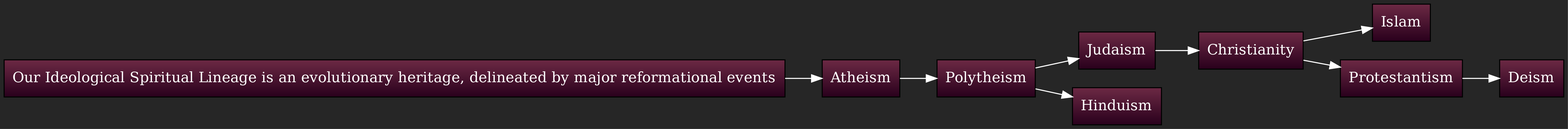
Above: graphs/Our_Ideological_Spiritual_Lineage_is_an_evolutionary_heritage,_delineated_by_major_reformational_events.png in julianfl0w/Deism (Graphviz), before the change. Its source is kept beside it as graphs/Our_Ideological_Spiritual_Lineage_is_an_evolutionary_heritage,_delineated_by_major_reformational_events.dot.
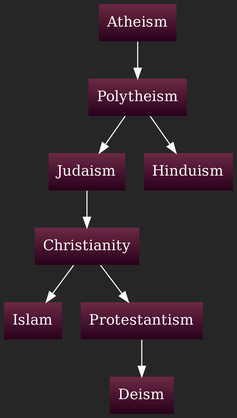
After the change.

The edit, as a diff of the source:
```diff
@@ -1,26 +1,24 @@
 digraph D {
-rankdir = LR
+rankdir = TB
 style = filled
 fontcolor = white
 color = white
 bgcolor = "#262626"
 gradientangle = 0
 dpi = 300
-"cluster_80" [rankdir=LR, shape=box, color=black, fontcolor=white, fillcolor="#6C2944:#29001C", style=filled, gradientangle=270.05, label="Our Ideological Spiritual Lineage is an evolutionary heritage, delineated by major reformational events"]
-"cluster_81" [rankdir=LR, shape=box, color=black, fontcolor=white, fillcolor="#6C2944:#29001C", style=filled, gradientangle=270.05, label="Atheism"]
-"cluster_82" [rankdir=LR, shape=box, color=black, fontcolor=white, fillcolor="#6C2944:#29001C", style=filled, gradientangle=270.05, label="Polytheism"]
-"cluster_83" [rankdir=LR, shape=box, color=black, fontcolor=white, fillcolor="#6C2944:#29001C", style=filled, gradientangle=270.05, label="Judaism"]
-"cluster_84" [rankdir=LR, shape=box, color=black, fontcolor=white, fillcolor="#6C2944:#29001C", style=filled, gradientangle=270.05, label="Christianity"]
-"cluster_85" [rankdir=LR, shape=box, color=black, fontcolor=white, fillcolor="#6C2944:#29001C", style=filled, gradientangle=270.05, label="Islam"]
-"cluster_84" -> "cluster_85" [color=white, penwidth=1, ltail="cluster_84", lhead="cluster_85"]
-"cluster_86" [rankdir=LR, shape=box, color=black, fontcolor=white, fillcolor="#6C2944:#29001C", style=filled, gradientangle=270.05, label="Protestantism"]
-"cluster_87" [rankdir=LR, shape=box, color=black, fontcolor=white, fillcolor="#6C2944:#29001C", style=filled, gradientangle=270.05, label="Deism"]
-"cluster_86" -> "cluster_87" [color=white, penwidth=1, ltail="cluster_86", lhead="cluster_87"]
-"cluster_84" -> "cluster_86" [color=white, penwidth=1, ltail="cluster_86", lhead="cluster_87"]
-"cluster_83" -> "cluster_84" [color=white, penwidth=1, ltail="cluster_86", lhead="cluster_87"]
-"cluster_82" -> "cluster_83" [color=white, penwidth=1, ltail="cluster_86", lhead="cluster_87"]
-"cluster_88" [rankdir=LR, shape=box, color=black, fontcolor=white, fillcolor="#6C2944:#29001C", style=filled, gradientangle=270.05, label="Hinduism"]
-"cluster_82" -> "cluster_88" [color=white, penwidth=1, ltail="cluster_82", lhead="cluster_88"]
-"cluster_81" -> "cluster_82" [color=white, penwidth=1, ltail="cluster_82", lhead="cluster_88"]
-"cluster_80" -> "cluster_81" [color=white, penwidth=1, ltail="cluster_82", lhead="cluster_88"]
+"cluster_75" [rankdir=TB, shape=box, penwidth=0, color=black, fontcolor=white, fillcolor="#6C2944:#29001C", style=filled, gradientangle=270.05, label="Atheism"]
+"cluster_76" [rankdir=TB, shape=box, penwidth=0, color=black, fontcolor=white, fillcolor="#6C2944:#29001C", style=filled, gradientangle=270.05, label="Polytheism"]
+"cluster_77" [rankdir=TB, shape=box, penwidth=0, color=black, fontcolor=white, fillcolor="#6C2944:#29001C", style=filled, gradientangle=270.05, label="Judaism"]
+"cluster_78" [rankdir=TB, shape=box, penwidth=0, color=black, fontcolor=white, fillcolor="#6C2944:#29001C", style=filled, gradientangle=270.05, label="Christianity"]
+"cluster_79" [rankdir=TB, shape=box, penwidth=0, color=black, fontcolor=white, fillcolor="#6C2944:#29001C", style=filled, gradientangle=270.05, label="Islam"]
+"cluster_78" -> "cluster_79" [color=white, penwidth=1, ltail="cluster_78", lhead="cluster_79"]
+"cluster_80" [rankdir=TB, shape=box, penwidth=0, color=black, fontcolor=white, fillcolor="#6C2944:#29001C", style=filled, gradientangle=270.05, label="Protestantism"]
+"cluster_81" [rankdir=TB, shape=box, penwidth=0, color=black, fontcolor=white, fillcolor="#6C2944:#29001C", style=filled, gradientangle=270.05, label="Deism"]
+"cluster_80" -> "cluster_81" [color=white, penwidth=1, ltail="cluster_80", lhead="cluster_81"]
+"cluster_78" -> "cluster_80" [color=white, penwidth=1, ltail="cluster_80", lhead="cluster_81"]
+"cluster_77" -> "cluster_78" [color=white, penwidth=1, ltail="cluster_80", lhead="cluster_81"]
+"cluster_76" -> "cluster_77" [color=white, penwidth=1, ltail="cluster_80", lhead="cluster_81"]
+"cluster_82" [rankdir=TB, shape=box, penwidth=0, color=black, fontcolor=white, fillcolor="#6C2944:#29001C", style=filled, gradientangle=270.05, label="Hinduism"]
+"cluster_76" -> "cluster_82" [color=white, penwidth=1, ltail="cluster_76", lhead="cluster_82"]
+"cluster_75" -> "cluster_76" [color=white, penwidth=1, ltail="cluster_76", lhead="cluster_82"]
 }
```
